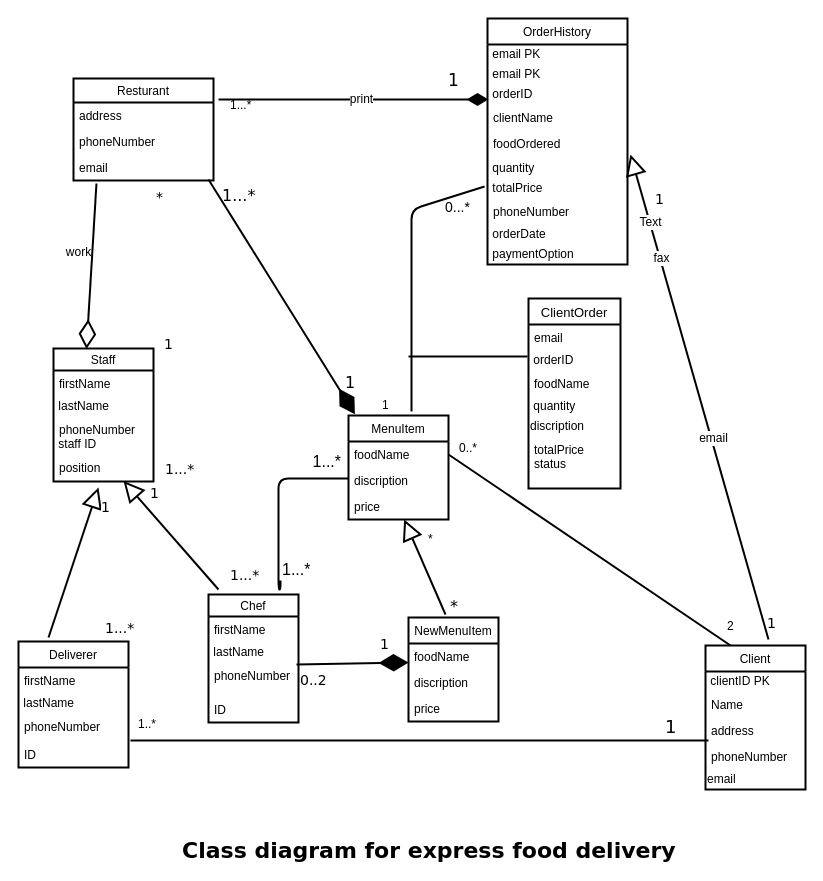
Earlier version of the draw.io diagram Class Diagram For Express food delivery resturant.drawio (wallaceNdi/OC-PRO). Source tidied: cells renumbered, new cells numbered last; positions are measured from the earlier drawing's top-left corner, leaving out a move shared by most shapes. Both pictures are drawn from the tidied source at 100%, with x=0, y=0 at pixel (18, 18).
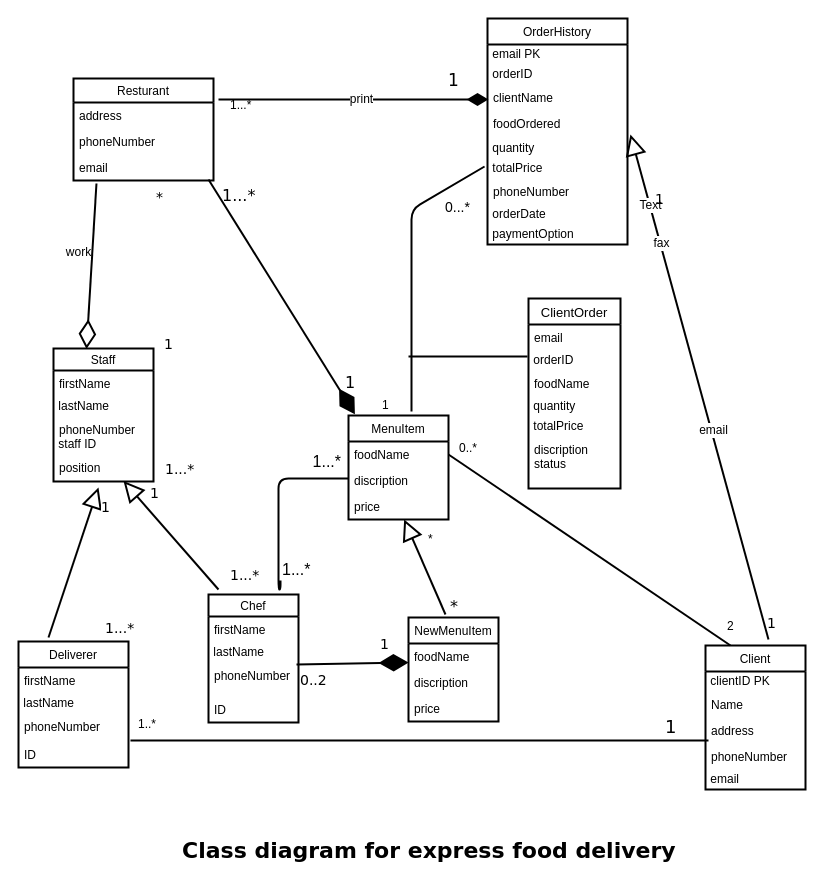
After the change.

Unchanged cells that the change refers to:
```xml
<mxCell id="26" value="Client" style="swimlane;fontStyle=0;horizontal=1;startSize=26;fillColor=none;strokeWidth=2;" parent="1" vertex="1">
  <mxGeometry x="687" y="627" width="100" height="144" as="geometry" />
</mxCell>
<mxCell id="82" value="ClientOrder" style="swimlane;fontStyle=0;horizontal=1;startSize=26;fillColor=none;fontSize=13;strokeWidth=2;" parent="1" vertex="1">
  <mxGeometry x="510" y="280" width="92" height="190" as="geometry" />
</mxCell>
```

Change to the diagram source:
```diff
@@
-    <mxCell id="31" value="email" style="text;html=1;align=left;verticalAlign=top;spacingTop=-4;" parent="26" vertex="1">
+    <mxCell id="31" value="&amp;nbsp;email" style="text;html=1;align=left;verticalAlign=top;spacingTop=-4;" parent="26" vertex="1">
       <mxGeometry y="124" width="100" height="20" as="geometry" />
     </mxCell>
@@
     <mxCell id="36" value="OrderHistory" style="swimlane;fontStyle=0;horizontal=1;startSize=26;fillColor=none;strokeWidth=2;" parent="1" vertex="1">
-      <mxGeometry x="469" width="140" height="246" as="geometry" />
+      <mxGeometry x="469" width="140" height="226" as="geometry" />
     </mxCell>
@@
-    <mxCell id="38" value="&amp;nbsp;email PK" style="text;html=1;align=left;verticalAlign=top;spacingTop=-4;" parent="36" vertex="1">
-      <mxGeometry y="46" width="140" height="20" as="geometry" />
-    </mxCell>
     <mxCell id="39" value="&amp;nbsp;orderID" style="text;html=1;align=left;verticalAlign=top;spacingTop=-4;" parent="36" vertex="1">
-      <mxGeometry y="66" width="140" height="20" as="geometry" />
+      <mxGeometry y="46" width="140" height="20" as="geometry" />
     </mxCell>
     <mxCell id="40" value="clientName" style="text;strokeColor=none;fillColor=none;align=left;verticalAlign=top;spacingLeft=4;spacingRight=4;overflow=hidden;" parent="36" vertex="1">
-      <mxGeometry y="86" width="140" height="26" as="geometry" />
+      <mxGeometry y="66" width="140" height="26" as="geometry" />
     </mxCell>
     <mxCell id="41" value="foodOrdered" style="text;strokeColor=none;fillColor=none;align=left;verticalAlign=top;spacingLeft=4;spacingRight=4;overflow=hidden;" parent="36" vertex="1">
-      <mxGeometry y="112" width="140" height="28" as="geometry" />
+      <mxGeometry y="92" width="140" height="28" as="geometry" />
     </mxCell>
     <mxCell id="42" value="&amp;nbsp;quantity" style="text;html=1;points=[];align=left;verticalAlign=top;spacingTop=-4;" parent="36" vertex="1">
-      <mxGeometry y="140" width="140" height="20" as="geometry" />
+      <mxGeometry y="120" width="140" height="20" as="geometry" />
     </mxCell>
     <mxCell id="43" value="&amp;nbsp;totalPrice" style="text;html=1;points=[];align=left;verticalAlign=top;spacingTop=-4;" parent="36" vertex="1">
-      <mxGeometry y="160" width="140" height="20" as="geometry" />
+      <mxGeometry y="140" width="140" height="20" as="geometry" />
     </mxCell>
     <mxCell id="44" value="phoneNumber" style="text;strokeColor=none;fillColor=none;align=left;verticalAlign=top;spacingLeft=4;spacingRight=4;overflow=hidden;" parent="36" vertex="1">
-      <mxGeometry y="180" width="140" height="26" as="geometry" />
+      <mxGeometry y="160" width="140" height="26" as="geometry" />
     </mxCell>
     <mxCell id="45" value="&amp;nbsp;orderDate" style="text;html=1;align=left;verticalAlign=top;spacingTop=-4;" parent="36" vertex="1">
-      <mxGeometry y="206" width="140" height="20" as="geometry" />
+      <mxGeometry y="186" width="140" height="20" as="geometry" />
     </mxCell>
     <mxCell id="46" value="&amp;nbsp;paymentOption" style="text;html=1;align=left;verticalAlign=top;spacingTop=-4;" parent="36" vertex="1">
-      <mxGeometry y="226" width="140" height="20" as="geometry" />
+      <mxGeometry y="206" width="140" height="20" as="geometry" />
     </mxCell>
@@
-    <mxCell id="87" value="discription" style="text;html=1;align=left;verticalAlign=top;spacingTop=-4;" parent="82" vertex="1">
+    <mxCell id="87" value="&amp;nbsp;totalPrice" style="text;html=1;align=left;verticalAlign=top;spacingTop=-4;" parent="82" vertex="1">
       <mxGeometry y="118" width="92" height="20" as="geometry" />
     </mxCell>
-    <mxCell id="88" value="totalPrice&#10;status&#10;" style="text;strokeColor=none;fillColor=none;align=left;verticalAlign=top;spacingLeft=4;spacingRight=4;overflow=hidden;" parent="82" vertex="1">
+    <mxCell id="88" value="discription&#10;status&#10;" style="text;strokeColor=none;fillColor=none;align=left;verticalAlign=top;spacingLeft=4;spacingRight=4;overflow=hidden;" parent="82" vertex="1">
       <mxGeometry y="138" width="92" height="52" as="geometry" />
     </mxCell>
```
